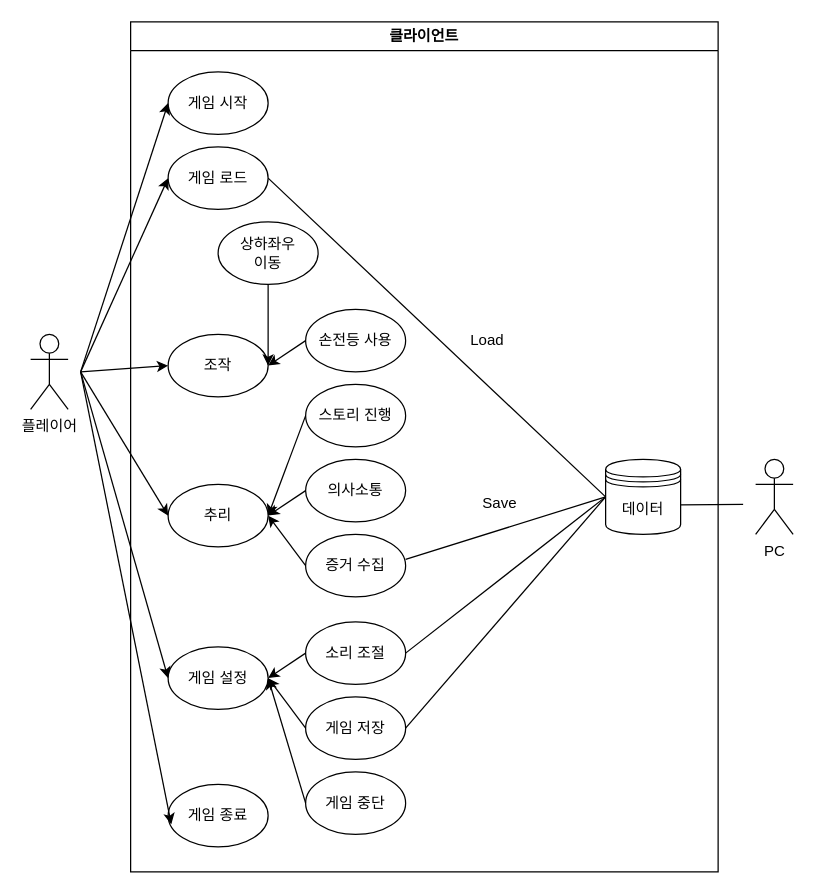
Earlier version of the draw.io diagram self_destruction.drawio (doyeonghyun/drawio). Source tidied: cells renumbered, new cells numbered last; positions are measured from the earlier drawing's top-left corner, leaving out a move shared by most shapes. Both pictures are drawn from the tidied source at 125%, with x=0, y=0 at pixel (30, 21).
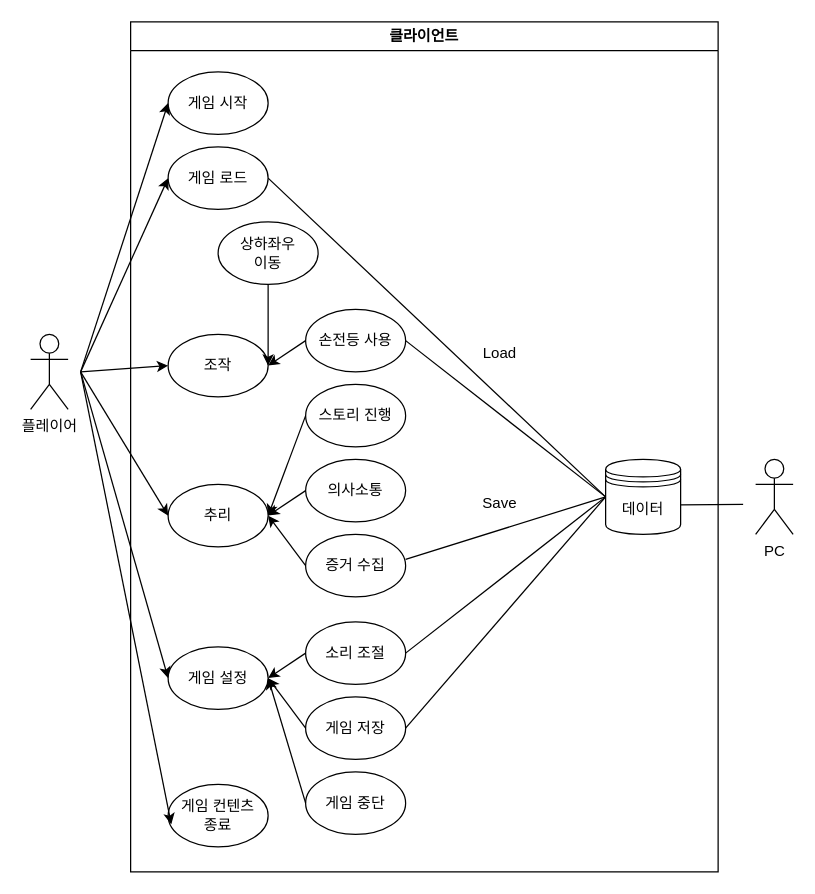
The same diagram, later.

The change refers to these unchanged cells:
```xml
<mxCell id="2" value="클라이언트" style="swimlane;whiteSpace=wrap;html=1;" parent="1" vertex="1">
  <mxGeometry x="80" width="470" height="680" as="geometry" />
</mxCell>
<mxCell id="9" value="손전등&amp;nbsp;&lt;span style=&quot;background-color: initial;&quot;&gt;사용&lt;/span&gt;" style="ellipse;whiteSpace=wrap;html=1;" parent="2" vertex="1">
  <mxGeometry x="140" y="230" width="80" height="50" as="geometry" />
</mxCell>
<mxCell id="24" value="데이터" style="shape=datastore;whiteSpace=wrap;html=1;" parent="2" vertex="1">
  <mxGeometry x="380" y="350" width="60" height="60" as="geometry" />
</mxCell>
```

Change to the diagram source:
```diff
@@
-    <mxCell id="4" value="게임 종료" style="ellipse;whiteSpace=wrap;html=1;" parent="2" vertex="1">
+    <mxCell id="4" value="게임 컨텐츠&lt;div&gt;종료&lt;/div&gt;" style="ellipse;whiteSpace=wrap;html=1;" parent="2" vertex="1">
       <mxGeometry x="30" y="610" width="80" height="50" as="geometry" />
     </mxCell>
@@
     <mxCell id="29" value="Load" style="text;html=1;align=center;verticalAlign=middle;strokeColor=none;fillColor=none;" parent="2" vertex="1">
-      <mxGeometry x="260" y="240" width="50" height="30" as="geometry" />
+      <mxGeometry x="270" y="250" width="50" height="30" as="geometry" />
     </mxCell>
+    <mxCell id="41" style="endArrow=none;html=1;rounded=0;entryX=0;entryY=0.5;entryDx=0;entryDy=0;exitX=1;exitY=0.5;exitDx=0;exitDy=0;" parent="2" edge="1" source="9" target="24">
+      <mxGeometry relative="1" as="geometry" />
+    </mxCell>
```
